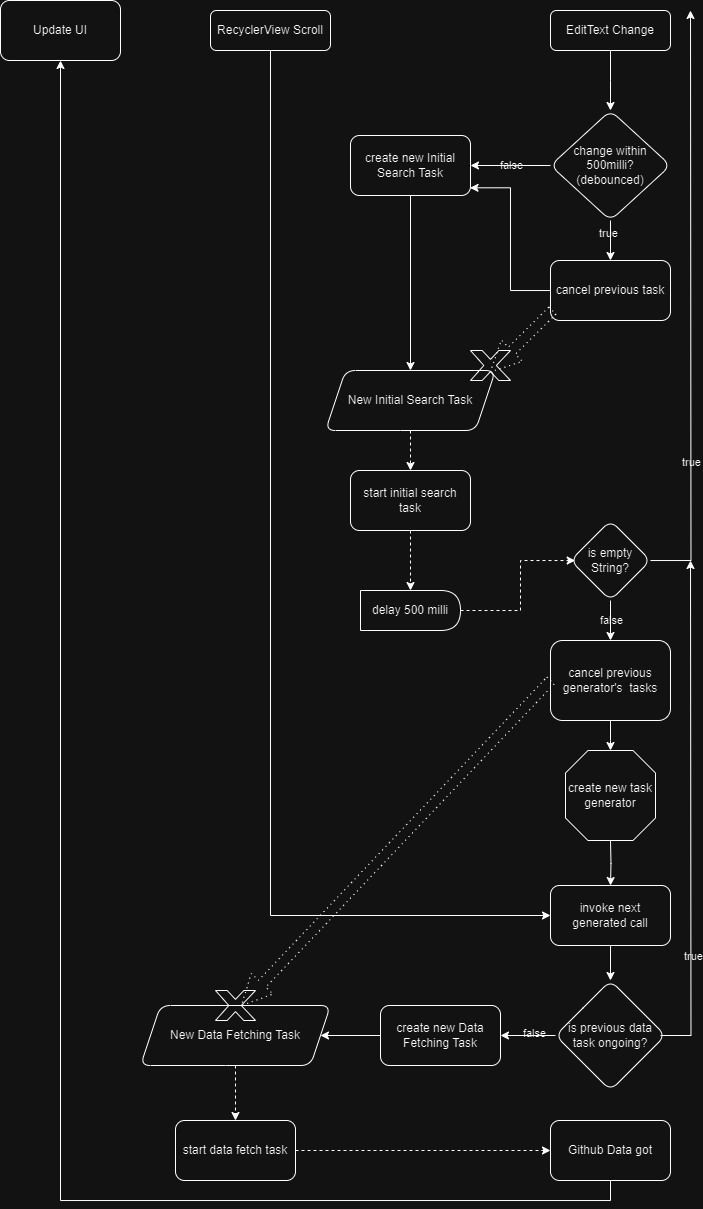
This is readmepics/GithubApiSampleLogicFlow.png from Wayne-Wang-Wayne/GithubAPISample, a draw.io export, as it was before one commit. Source tidied: cells renumbered, new cells last; positions are measured from the earlier drawing's top-left corner, leaving out a move shared by most shapes.
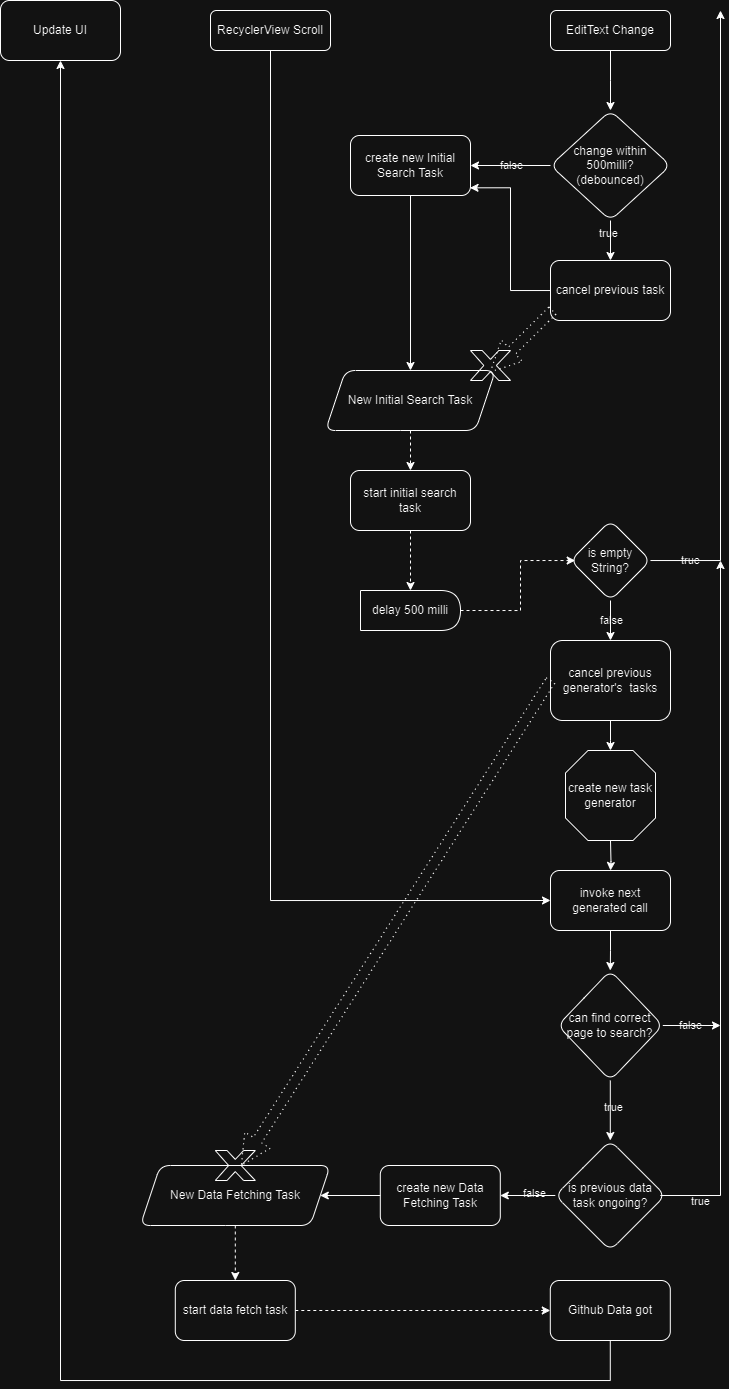
Above is the later version.

Commit message:
更新readme logic flow

Diff of the diagram source:
```diff
@@ -5,7 +5,7 @@
     <mxCell id="2" style="edgeStyle=orthogonalEdgeStyle;rounded=0;jettySize=auto;html=1;entryX=0;entryY=0.5;entryDx=0;entryDy=0;labelBackgroundColor=none;" parent="1" edge="1" source="3" target="19">
       <mxGeometry relative="1" as="geometry">
         <Array as="points">
-          <mxPoint x="270" y="915" />
+          <mxPoint x="270" y="900" />
         </Array>
       </mxGeometry>
     </mxCell>
@@ -39,12 +39,16 @@
     </mxCell>
     <mxCell id="11" style="edgeStyle=orthogonalEdgeStyle;rounded=0;jettySize=auto;html=1;labelBackgroundColor=none;" parent="1" edge="1" source="15">
       <mxGeometry relative="1" as="geometry">
-        <mxPoint x="690" y="10" as="targetPoint" />
+        <mxPoint x="720" y="10" as="targetPoint" />
+        <Array as="points">
+          <mxPoint x="720" y="560" />
+          <mxPoint x="720" y="10" />
+        </Array>
       </mxGeometry>
     </mxCell>
     <mxCell id="12" value="true" style="edgeLabel;html=1;align=center;verticalAlign=middle;labelBackgroundColor=none;" parent="11" vertex="1">
       <mxGeometry x="0.05" y="-1" relative="1" as="geometry">
-        <mxPoint x="-1" y="170" as="offset" />
+        <mxPoint x="-31" y="254" as="offset" />
       </mxGeometry>
     </mxCell>
     <mxCell id="13" style="edgeStyle=orthogonalEdgeStyle;rounded=0;jettySize=auto;html=1;labelBackgroundColor=none;" parent="1" edge="1" source="15" target="17">
@@ -64,36 +68,42 @@
     <mxCell id="17" value="cancel previous generator's&amp;nbsp;&lt;span style=&quot;&quot;&gt;&amp;nbsp;tasks&lt;/span&gt;" style="rounded=1;whiteSpace=wrap;html=1;glass=0;strokeWidth=1;shadow=0;labelBackgroundColor=none;fillColor=none;" parent="1" vertex="1">
       <mxGeometry x="550" y="640" width="120" height="80" as="geometry" />
     </mxCell>
-    <mxCell id="18" style="edgeStyle=orthogonalEdgeStyle;rounded=0;jettySize=auto;html=1;labelBackgroundColor=none;" parent="1" edge="1" source="19" target="28">
-      <mxGeometry relative="1" as="geometry" />
-    </mxCell>
+    <mxCell id="52" style="edgeStyle=orthogonalEdgeStyle;rounded=0;jettySize=auto;html=1;" parent="1" edge="1" source="19" target="57">
+      <mxGeometry relative="1" as="geometry" />
+    </mxCell>
     <mxCell id="19" value="invoke next generated call" style="rounded=1;whiteSpace=wrap;html=1;glass=0;strokeWidth=1;shadow=0;labelBackgroundColor=none;fillColor=none;" parent="1" vertex="1">
-      <mxGeometry x="550" y="885" width="120" height="60" as="geometry" />
+      <mxGeometry x="550" y="870" width="120" height="60" as="geometry" />
     </mxCell>
     <mxCell id="20" style="edgeStyle=orthogonalEdgeStyle;rounded=0;jettySize=auto;html=1;entryX=0.5;entryY=0;entryDx=0;entryDy=0;dashed=1;labelBackgroundColor=none;" parent="1" edge="1" source="21" target="34">
       <mxGeometry relative="1" as="geometry" />
     </mxCell>
     <mxCell id="21" value="New Data Fetching Task" style="shape=parallelogram;perimeter=parallelogramPerimeter;whiteSpace=wrap;html=1;fixedSize=1;rounded=1;labelBackgroundColor=none;fillColor=none;" parent="1" vertex="1">
-      <mxGeometry x="140" y="1005" width="190" height="60" as="geometry" />
+      <mxGeometry x="139.8" y="1165" width="190" height="60" as="geometry" />
     </mxCell>
     <mxCell id="22" style="edgeStyle=orthogonalEdgeStyle;rounded=0;jettySize=auto;html=1;labelBackgroundColor=none;" parent="1" edge="1" source="23" target="29">
       <mxGeometry relative="1" as="geometry">
         <Array as="points">
-          <mxPoint x="610" y="1200" />
-          <mxPoint x="60" y="1200" />
+          <mxPoint x="610" y="1380" />
+          <mxPoint x="60" y="1380" />
         </Array>
       </mxGeometry>
     </mxCell>
     <mxCell id="23" value="Github Data got" style="rounded=1;whiteSpace=wrap;html=1;glass=0;strokeWidth=1;shadow=0;labelBackgroundColor=none;fillColor=none;" parent="1" vertex="1">
-      <mxGeometry x="550" y="1120" width="120" height="60" as="geometry" />
+      <mxGeometry x="549.8" y="1280" width="120" height="60" as="geometry" />
     </mxCell>
     <mxCell id="24" style="edgeStyle=orthogonalEdgeStyle;rounded=0;jettySize=auto;html=1;exitX=0.955;exitY=0.5;exitDx=0;exitDy=0;exitPerimeter=0;labelBackgroundColor=none;" parent="1" edge="1" source="28">
       <mxGeometry relative="1" as="geometry">
-        <mxPoint x="690" y="560" as="targetPoint" />
+        <mxPoint x="720" y="560" as="targetPoint" />
+        <Array as="points">
+          <mxPoint x="720" y="1195" />
+          <mxPoint x="720" y="560" />
+        </Array>
       </mxGeometry>
     </mxCell>
     <mxCell id="25" value="true" style="edgeLabel;html=1;align=center;verticalAlign=middle;labelBackgroundColor=none;" parent="24" vertex="1">
-      <mxGeometry x="-0.57" y="-2" relative="1" as="geometry" />
+      <mxGeometry x="-0.57" y="-2" relative="1" as="geometry">
+        <mxPoint x="-22" y="97" as="offset" />
+      </mxGeometry>
     </mxCell>
     <mxCell id="26" style="edgeStyle=orthogonalEdgeStyle;rounded=0;jettySize=auto;html=1;labelBackgroundColor=none;" parent="1" edge="1" source="28" target="46">
       <mxGeometry relative="1" as="geometry" />
@@ -102,7 +112,7 @@
       <mxGeometry x="-0.21" y="-2" relative="1" as="geometry" />
     </mxCell>
     <mxCell id="28" value="is previous data task ongoing?" style="rhombus;whiteSpace=wrap;html=1;rounded=1;glass=0;strokeWidth=1;shadow=0;labelBackgroundColor=none;fillColor=none;" parent="1" vertex="1">
-      <mxGeometry x="555" y="980" width="110" height="110" as="geometry" />
+      <mxGeometry x="554.8" y="1140" width="110" height="110" as="geometry" />
     </mxCell>
     <mxCell id="29" value="Update UI" style="rounded=1;whiteSpace=wrap;html=1;glass=0;strokeWidth=1;shadow=0;labelBackgroundColor=none;fillColor=none;" parent="1" vertex="1">
       <mxGeometry width="120" height="60" as="geometry" />
@@ -122,7 +132,7 @@
       <mxGeometry relative="1" as="geometry" />
     </mxCell>
     <mxCell id="34" value="start data fetch task" style="rounded=1;whiteSpace=wrap;html=1;glass=0;strokeWidth=1;shadow=0;labelBackgroundColor=none;fillColor=none;" parent="1" vertex="1">
-      <mxGeometry x="175" y="1120" width="120" height="60" as="geometry" />
+      <mxGeometry x="174.8" y="1280" width="120" height="60" as="geometry" />
     </mxCell>
     <mxCell id="35" value="cancel previous task" style="whiteSpace=wrap;html=1;rounded=1;glass=0;strokeWidth=1;shadow=0;labelBackgroundColor=none;fillColor=none;" parent="1" vertex="1">
       <mxGeometry x="550" y="260" width="120" height="60" as="geometry" />
@@ -152,13 +162,13 @@
       <mxGeometry relative="1" as="geometry" />
     </mxCell>
     <mxCell id="44" style="verticalLabelPosition=bottom;verticalAlign=top;html=1;shape=mxgraph.basic.x;fillColor=none;labelBackgroundColor=none;" parent="1" vertex="1">
-      <mxGeometry x="215" y="990" width="40" height="30" as="geometry" />
+      <mxGeometry x="214.8" y="1150" width="40" height="30" as="geometry" />
     </mxCell>
     <mxCell id="45" style="edgeStyle=orthogonalEdgeStyle;rounded=0;jettySize=auto;html=1;entryX=1;entryY=0.5;entryDx=0;entryDy=0;labelBackgroundColor=none;" parent="1" edge="1" source="46" target="21">
       <mxGeometry relative="1" as="geometry" />
     </mxCell>
     <mxCell id="46" value="create new Data Fetching Task" style="whiteSpace=wrap;html=1;rounded=1;glass=0;strokeWidth=1;shadow=0;labelBackgroundColor=none;fillColor=none;" parent="1" vertex="1">
-      <mxGeometry x="380" y="1005" width="120" height="60" as="geometry" />
+      <mxGeometry x="379.8" y="1165" width="120" height="60" as="geometry" />
     </mxCell>
     <mxCell id="47" style="edgeStyle=orthogonalEdgeStyle;rounded=0;jettySize=auto;html=1;entryX=0.059;entryY=0.506;entryDx=0;entryDy=0;entryPerimeter=0;dashed=1;exitX=1;exitY=0.5;exitDx=0;exitDy=0;labelBackgroundColor=none;" parent="1" edge="1" source="51" target="15">
       <mxGeometry relative="1" as="geometry">
@@ -181,5 +191,24 @@
     <mxCell id="51" value="delay 500 milli" style="shape=delay;whiteSpace=wrap;html=1;labelBackgroundColor=none;fillColor=none;" parent="1" vertex="1">
       <mxGeometry x="360" y="590" width="100" height="40" as="geometry" />
     </mxCell>
+    <mxCell id="53" style="edgeStyle=orthogonalEdgeStyle;rounded=0;jettySize=auto;html=1;" parent="1" edge="1" source="57">
+      <mxGeometry relative="1" as="geometry">
+        <mxPoint x="720" y="1025" as="targetPoint" />
+      </mxGeometry>
+    </mxCell>
+    <mxCell id="54" value="false" style="edgeLabel;html=1;align=center;verticalAlign=middle;labelBackgroundColor=none;" parent="53" vertex="1">
+      <mxGeometry x="-0.37" y="-2" relative="1" as="geometry">
+        <mxPoint x="9" y="-2" as="offset" />
+      </mxGeometry>
+    </mxCell>
+    <mxCell id="55" style="edgeStyle=orthogonalEdgeStyle;rounded=0;jettySize=auto;html=1;" parent="1" edge="1" source="57" target="28">
+      <mxGeometry relative="1" as="geometry" />
+    </mxCell>
+    <mxCell id="56" value="true" style="edgeLabel;html=1;align=center;verticalAlign=middle;labelBackgroundColor=none;" parent="55" vertex="1">
+      <mxGeometry x="-0.13" y="3" relative="1" as="geometry" />
+    </mxCell>
+    <mxCell id="57" value="can find correct page to search?" style="rhombus;whiteSpace=wrap;html=1;fillColor=none;rounded=1;glass=0;strokeWidth=1;shadow=0;labelBackgroundColor=none;" parent="1" vertex="1">
+      <mxGeometry x="557.3" y="970" width="105" height="110" as="geometry" />
+    </mxCell>
   </root>
 </mxGraphModel>
```
